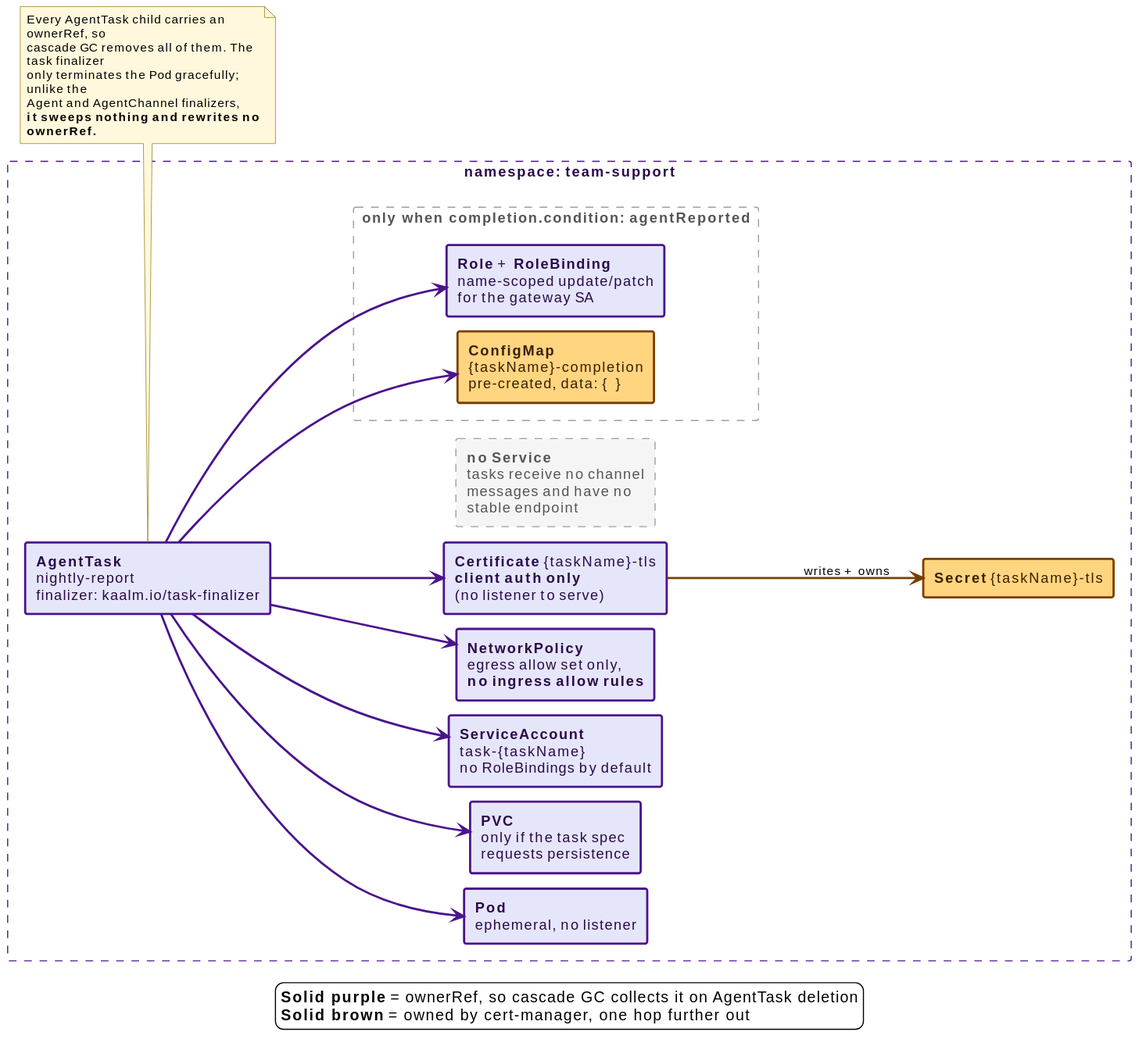
The PlantUML diagram docs/src/diagrams/child-resource-ownership-task.svg in win07xp/kaalm, before a commit. Source of this version:
```plantuml
@startuml
!include _style.puml
left to right direction

skinparam nodesep 14
skinparam ranksep 60
skinparam rectangle {
  roundCorner 4
}

rectangle "namespace: **team-support**" as ns #line:4A148C;line.dashed;text:2a0a4a {

  rectangle "**AgentTask**\nnightly-report\nfinalizer: kaalm.io/task-finalizer" as task #back:E6E6FA;line:4A148C;line.bold;text:2a0a4a

  rectangle "**Pod**\nephemeral, no listener" as pod #back:E6E6FA;line:4A148C;line.bold;text:2a0a4a
  rectangle "**PVC**\nonly if the task spec\nrequests persistence" as pvc #back:E6E6FA;line:4A148C;line.bold;text:2a0a4a
  rectangle "**ServiceAccount**\ntask-{taskName}\nno RoleBindings by default" as sa #back:E6E6FA;line:4A148C;line.bold;text:2a0a4a
  rectangle "**NetworkPolicy**\negress allow set only,\n**no ingress allow rules**" as np #back:E6E6FA;line:4A148C;line.bold;text:2a0a4a
  rectangle "**Certificate** {taskName}-tls\n**client auth only**\n(no listener to serve)" as cert #back:E6E6FA;line:4A148C;line.bold;text:2a0a4a

  rectangle "**Secret** {taskName}-tls" as secret #back:FFD580;line:7a3f00;line.bold;text:3a1f00

  rectangle "only when completion.condition: **agentReported**" as reported #line:9E9E9E;line.dashed;text:555555 {
    rectangle "**ConfigMap**\n{taskName}-completion\npre-created, data: {}" as cm #back:FFD580;line:7a3f00;line.bold;text:3a1f00
    rectangle "**Role** + **RoleBinding**\nname-scoped update/patch\nfor the gateway SA" as rbac #back:E6E6FA;line:4A148C;line.bold;text:2a0a4a
  }

  rectangle "**no Service**\ntasks receive no channel\nmessages and have no\nstable endpoint" as nosvc #back:F5F5F5;line:9E9E9E;line.dashed;text:555555
}

task -[#4A148C,bold]-> pod
task -[#4A148C,bold]-> pvc
task -[#4A148C,bold]-> sa
task -[#4A148C,bold]-> np
task -[#4A148C,bold]-> cert
task -[#4A148C,bold]-> cm
task -[#4A148C,bold]-> rbac

cert -[#7a3f00,bold]-> secret : writes + owns

task -[hidden]-> nosvc

note bottom of task
  Every AgentTask child carries an ownerRef, so
  cascade GC removes all of them. The task finalizer
  only terminates the Pod gracefully; unlike the
  Agent and AgentChannel finalizers,
  **it sweeps nothing and rewrites no ownerRef.**
end note

legend bottom
  **Solid purple** = ownerRef, so cascade GC collects it on AgentTask deletion
  **Solid brown** = owned by cert-manager, one hop further out
endlegend
@enduml
```
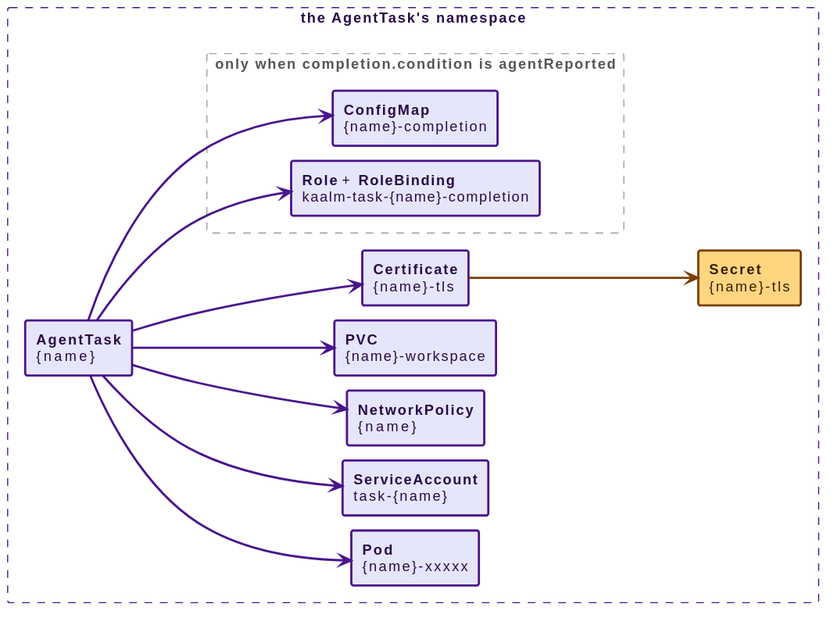
After the commit.

Diff of the diagram source:
```diff
@@ -8,48 +8,26 @@
   roundCorner 4
 }
 
-rectangle "namespace: **team-support**" as ns #line:4A148C;line.dashed;text:2a0a4a {
-
-  rectangle "**AgentTask**\nnightly-report\nfinalizer: kaalm.io/task-finalizer" as task #back:E6E6FA;line:4A148C;line.bold;text:2a0a4a
-
-  rectangle "**Pod**\nephemeral, no listener" as pod #back:E6E6FA;line:4A148C;line.bold;text:2a0a4a
-  rectangle "**PVC**\nonly if the task spec\nrequests persistence" as pvc #back:E6E6FA;line:4A148C;line.bold;text:2a0a4a
-  rectangle "**ServiceAccount**\ntask-{taskName}\nno RoleBindings by default" as sa #back:E6E6FA;line:4A148C;line.bold;text:2a0a4a
-  rectangle "**NetworkPolicy**\negress allow set only,\n**no ingress allow rules**" as np #back:E6E6FA;line:4A148C;line.bold;text:2a0a4a
-  rectangle "**Certificate** {taskName}-tls\n**client auth only**\n(no listener to serve)" as cert #back:E6E6FA;line:4A148C;line.bold;text:2a0a4a
-
-  rectangle "**Secret** {taskName}-tls" as secret #back:FFD580;line:7a3f00;line.bold;text:3a1f00
-
-  rectangle "only when completion.condition: **agentReported**" as reported #line:9E9E9E;line.dashed;text:555555 {
-    rectangle "**ConfigMap**\n{taskName}-completion\npre-created, data: {}" as cm #back:FFD580;line:7a3f00;line.bold;text:3a1f00
-    rectangle "**Role** + **RoleBinding**\nname-scoped update/patch\nfor the gateway SA" as rbac #back:E6E6FA;line:4A148C;line.bold;text:2a0a4a
+rectangle "the AgentTask's namespace" as ns #line:4A148C;line.dashed;text:2a0a4a {
+  rectangle "**AgentTask**\n{name}" as task #back:E6E6FA;line:4A148C;line.bold;text:2a0a4a
+  rectangle "**Pod**\n{name}-xxxxx" as pod #back:E6E6FA;line:4A148C;line.bold;text:2a0a4a
+  rectangle "**ServiceAccount**\ntask-{name}" as sa #back:E6E6FA;line:4A148C;line.bold;text:2a0a4a
+  rectangle "**NetworkPolicy**\n{name}" as np #back:E6E6FA;line:4A148C;line.bold;text:2a0a4a
+  rectangle "**PVC**\n{name}-workspace" as pvc #back:E6E6FA;line:4A148C;line.bold;text:2a0a4a
+  rectangle "**Certificate**\n{name}-tls" as cert #back:E6E6FA;line:4A148C;line.bold;text:2a0a4a
+  rectangle "**Secret**\n{name}-tls" as secret #back:FFD580;line:7a3f00;line.bold;text:3a1f00
+  rectangle "only when completion.condition is agentReported" as reported #line:9E9E9E;line.dashed;text:555555 {
+    rectangle "**ConfigMap**\n{name}-completion" as cm #back:E6E6FA;line:4A148C;line.bold;text:2a0a4a
+    rectangle "**Role** + **RoleBinding**\nkaalm-task-{name}-completion" as rbac #back:E6E6FA;line:4A148C;line.bold;text:2a0a4a
   }
-
-  rectangle "**no Service**\ntasks receive no channel\nmessages and have no\nstable endpoint" as nosvc #back:F5F5F5;line:9E9E9E;line.dashed;text:555555
 }
 
 task -[#4A148C,bold]-> pod
-task -[#4A148C,bold]-> pvc
 task -[#4A148C,bold]-> sa
 task -[#4A148C,bold]-> np
+task -[#4A148C,bold]-> pvc
 task -[#4A148C,bold]-> cert
 task -[#4A148C,bold]-> cm
 task -[#4A148C,bold]-> rbac
-
-cert -[#7a3f00,bold]-> secret : writes + owns
-
-task -[hidden]-> nosvc
-
-note bottom of task
-  Every AgentTask child carries an ownerRef, so
-  cascade GC removes all of them. The task finalizer
-  only terminates the Pod gracefully; unlike the
-  Agent and AgentChannel finalizers,
-  **it sweeps nothing and rewrites no ownerRef.**
-end note
-
-legend bottom
-  **Solid purple** = ownerRef, so cascade GC collects it on AgentTask deletion
-  **Solid brown** = owned by cert-manager, one hop further out
-endlegend
+cert -[#7a3f00,bold]-> secret
 @enduml
```
